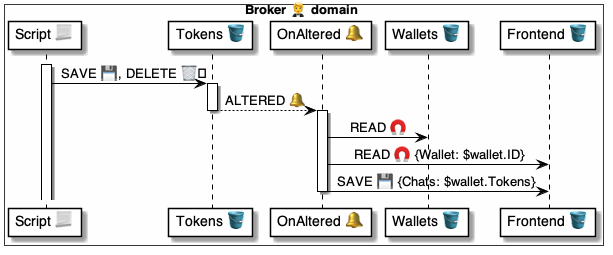
pollyweb-org/pollyweb-docs keeps this PlantUML diagram as 4 ⚙️ Solution/20 🧑‍🦰 UI/Brokers 🤵/🤵🪣 Broker tables/Tokens 🎫 table/🪣🔔 on Altered/🤵 OnTokenAltered ⚙️ uml.png. Above is the earlier version. Its source is kept beside it as 4 ⚙️ Solution/20 🧑‍🦰 UI/Brokers 🤵/🤵🪣 Broker tables/Tokens 🎫 table/🪣🔔 on Altered/🤵 OnTokenAltered ⚙️ uml.puml.
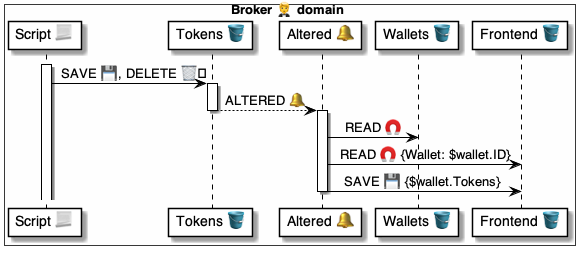
Later version of the same file.

Change to the diagram source:
```diff
@@ -4,7 +4,7 @@
 box Broker 🤵 domain #FFFFFA
     participant "Script 📃" as script
     participant "Tokens 🪣" as tokens
-    participant "OnAltered 🔔" as handler
+    participant "Altered 🔔" as handler
     participant "Wallets 🪣" as wallets
     participant "Frontend 🪣" as frontend
 end box
@@ -20,7 +20,7 @@
 activate handler
     handler -> wallets: READ 🧲
     handler -> frontend: READ 🧲 {Wallet: $wallet.ID}
-    handler -> frontend: SAVE 💾 {Chats: $wallet.Tokens}
+    handler -> frontend: SAVE 💾 {$wallet.Tokens}
 deactivate handler
 
 @enduml
```
